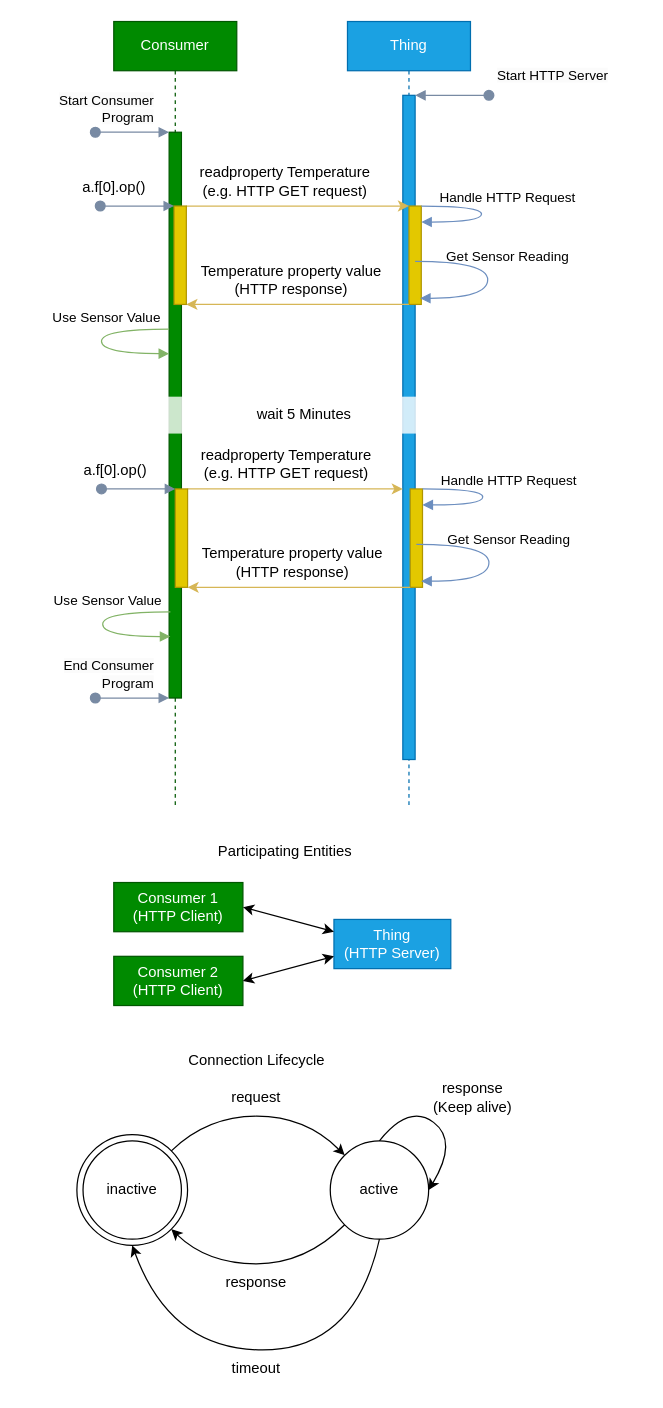
Above: page "HTTP" (3 of 5) of planning/ThingDescription/td-next-work-items/images/initial-connection.drawio in w3c/wot (draw.io), before the change. Source tidied: cells renumbered, new cells numbered last; positions are measured from the earlier drawing's top-left corner, leaving out a move shared by most shapes. Both pictures are drawn from the tidied source at 123%, with x=0, y=0 at pixel (21, 21).
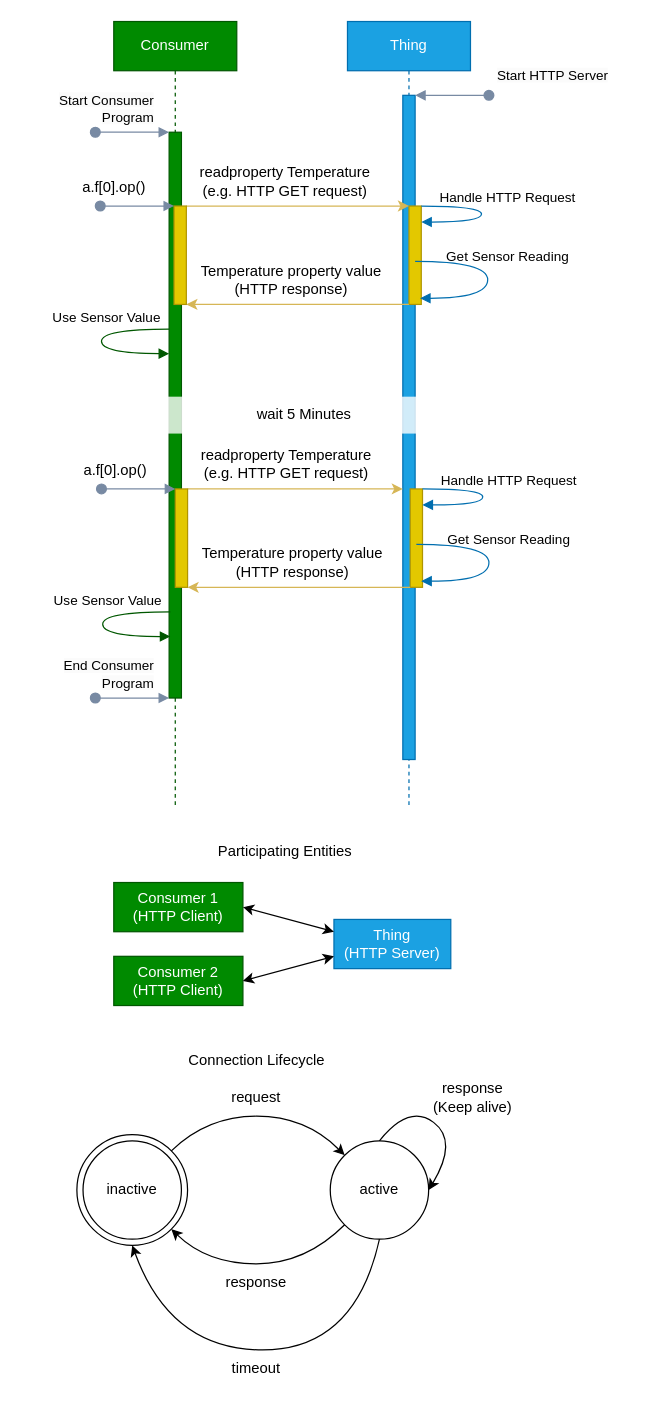
After the change.

The change refers to these unchanged cells:
```xml
<mxCell id="3" style="html=1;points=[];perimeter=orthogonalPerimeter;outlineConnect=0;targetShapes=umlLifeline;portConstraint=eastwest;newEdgeStyle={&quot;edgeStyle&quot;:&quot;elbowEdgeStyle&quot;,&quot;elbow&quot;:&quot;vertical&quot;,&quot;curved&quot;:0,&quot;rounded&quot;:0};labelBackgroundColor=none;fillColor=#008a00;strokeColor=#005700;fontColor=#ffffff;" parent="1" vertex="1">
  <mxGeometry x="120" y="90" width="10" height="460" as="geometry" />
</mxCell>
<mxCell id="4" value="Thing" style="shape=umlLifeline;perimeter=lifelinePerimeter;whiteSpace=wrap;html=1;newEdgeStyle={&quot;edgeStyle&quot;:&quot;elbowEdgeStyle&quot;,&quot;elbow&quot;:&quot;vertical&quot;,&quot;curved&quot;:0,&quot;rounded&quot;:0};labelBackgroundColor=none;fillColor=#1ba1e2;strokeColor=#006EAF;fontColor=#ffffff;" parent="1" vertex="1">
  <mxGeometry x="265" width="100" height="640" as="geometry" />
</mxCell>
<mxCell id="5" style="html=1;points=[];perimeter=orthogonalPerimeter;outlineConnect=0;targetShapes=umlLifeline;portConstraint=eastwest;newEdgeStyle={&quot;edgeStyle&quot;:&quot;elbowEdgeStyle&quot;,&quot;elbow&quot;:&quot;vertical&quot;,&quot;curved&quot;:0,&quot;rounded&quot;:0};labelBackgroundColor=none;fillColor=#1ba1e2;strokeColor=#006EAF;fontColor=#ffffff;" parent="4" vertex="1">
  <mxGeometry x="45" y="60" width="10" height="540" as="geometry" />
</mxCell>
<mxCell id="6" style="html=1;points=[];perimeter=orthogonalPerimeter;outlineConnect=0;targetShapes=umlLifeline;portConstraint=eastwest;newEdgeStyle={&quot;edgeStyle&quot;:&quot;elbowEdgeStyle&quot;,&quot;elbow&quot;:&quot;vertical&quot;,&quot;curved&quot;:0,&quot;rounded&quot;:0};labelBackgroundColor=none;fillColor=#e3c800;strokeColor=#B09500;fontColor=#000000;" parent="4" vertex="1">
  <mxGeometry x="50" y="150" width="10" height="80" as="geometry" />
</mxCell>
<mxCell id="25" style="html=1;points=[];perimeter=orthogonalPerimeter;outlineConnect=0;targetShapes=umlLifeline;portConstraint=eastwest;newEdgeStyle={&quot;edgeStyle&quot;:&quot;elbowEdgeStyle&quot;,&quot;elbow&quot;:&quot;vertical&quot;,&quot;curved&quot;:0,&quot;rounded&quot;:0};labelBackgroundColor=none;fillColor=#e3c800;strokeColor=#B09500;fontColor=#000000;" parent="1" vertex="1">
  <mxGeometry x="316" y="380" width="10" height="80" as="geometry" />
</mxCell>
```

What changed in the source:
```diff
@@
-    <mxCell id="7" value="Handle HTTP Request" style="html=1;verticalAlign=bottom;endArrow=block;edgeStyle=orthogonalEdgeStyle;elbow=vertical;curved=1;rounded=0;labelBackgroundColor=none;strokeColor=#6c8ebf;fontColor=default;fillColor=#dae8fc;" parent="4" edge="1" source="6" target="6">
+    <mxCell id="7" value="Handle HTTP Request" style="html=1;verticalAlign=bottom;endArrow=block;edgeStyle=orthogonalEdgeStyle;elbow=vertical;curved=1;rounded=0;labelBackgroundColor=none;strokeColor=#006EAF;fontColor=default;fillColor=#1ba1e2;" parent="4" edge="1" source="6" target="6">
       <mxGeometry x="-0.04" y="21" relative="1" as="geometry">
         <Array as="points">
           <mxPoint x="109" y="150" />
           <mxPoint x="109" y="163" />
         </Array>
         <mxPoint y="-2" as="offset" />
       </mxGeometry>
     </mxCell>
@@
-    <mxCell id="11" value="Get Sensor Reading" style="html=1;verticalAlign=bottom;endArrow=block;edgeStyle=orthogonalEdgeStyle;elbow=vertical;curved=1;rounded=0;labelBackgroundColor=none;strokeColor=#6c8ebf;fontColor=default;fillColor=#dae8fc;" parent="1" edge="1" source="5">
+    <mxCell id="11" value="Get Sensor Reading" style="html=1;verticalAlign=bottom;endArrow=block;edgeStyle=orthogonalEdgeStyle;elbow=vertical;curved=1;rounded=0;labelBackgroundColor=none;strokeColor=#006EAF;fontColor=default;fillColor=#1ba1e2;" parent="1" edge="1" source="5">
       <mxGeometry x="-0.11" y="16" relative="1" as="geometry">
         <mxPoint x="324" y="225" as="targetPoint" />
         <Array as="points">
           <mxPoint x="379" y="195" />
           <mxPoint x="379" y="225" />
         </Array>
       </mxGeometry>
     </mxCell>
@@
-    <mxCell id="14" value="Use Sensor Value" style="html=1;verticalAlign=bottom;endArrow=block;edgeStyle=orthogonalEdgeStyle;elbow=vertical;curved=1;rounded=0;labelBackgroundColor=none;strokeColor=#82b366;fontColor=default;fillColor=#d5e8d4;" parent="1" edge="1" target="3">
+    <mxCell id="14" value="Use Sensor Value" style="html=1;verticalAlign=bottom;endArrow=block;edgeStyle=orthogonalEdgeStyle;elbow=vertical;curved=1;rounded=0;labelBackgroundColor=none;strokeColor=#005700;fontColor=default;fillColor=#008a00;" parent="1" edge="1" target="3">
       <mxGeometry x="-0.21" relative="1" as="geometry">
         <mxPoint x="120" y="250" as="sourcePoint" />
         <Array as="points">
           <mxPoint x="65" y="250" />
           <mxPoint x="65" y="270" />
         </Array>
       </mxGeometry>
     </mxCell>
@@
-    <mxCell id="26" value="Handle HTTP Request" style="html=1;verticalAlign=bottom;endArrow=block;edgeStyle=orthogonalEdgeStyle;elbow=vertical;curved=1;rounded=0;labelBackgroundColor=none;strokeColor=#6c8ebf;fontColor=default;fillColor=#dae8fc;" parent="1" edge="1" source="25" target="25">
+    <mxCell id="26" value="Handle HTTP Request" style="html=1;verticalAlign=bottom;endArrow=block;edgeStyle=orthogonalEdgeStyle;elbow=vertical;curved=1;rounded=0;labelBackgroundColor=none;strokeColor=#006EAF;fontColor=default;fillColor=#1ba1e2;" parent="1" edge="1" source="25" target="25">
       <mxGeometry x="-0.04" y="21" relative="1" as="geometry">
         <Array as="points">
           <mxPoint x="375" y="380" />
           <mxPoint x="375" y="393" />
         </Array>
         <mxPoint y="-2" as="offset" />
       </mxGeometry>
     </mxCell>
@@
-    <mxCell id="30" value="Get Sensor Reading" style="html=1;verticalAlign=bottom;endArrow=block;edgeStyle=orthogonalEdgeStyle;elbow=vertical;curved=1;rounded=0;labelBackgroundColor=none;strokeColor=#6c8ebf;fontColor=default;fillColor=#dae8fc;" parent="1" edge="1">
+    <mxCell id="30" value="Get Sensor Reading" style="html=1;verticalAlign=bottom;endArrow=block;edgeStyle=orthogonalEdgeStyle;elbow=vertical;curved=1;rounded=0;labelBackgroundColor=none;strokeColor=#006EAF;fontColor=default;fillColor=#1ba1e2;" parent="1" edge="1">
       <mxGeometry x="-0.11" y="16" relative="1" as="geometry">
         <mxPoint x="321" y="425" as="sourcePoint" />
         <mxPoint x="325" y="455" as="targetPoint" />
         <Array as="points">
           <mxPoint x="380" y="425" />
           <mxPoint x="380" y="455" />
         </Array>
       </mxGeometry>
     </mxCell>
@@
-    <mxCell id="33" value="Use Sensor Value" style="html=1;verticalAlign=bottom;endArrow=block;edgeStyle=orthogonalEdgeStyle;elbow=vertical;curved=1;rounded=0;labelBackgroundColor=none;strokeColor=#82b366;fontColor=default;fillColor=#d5e8d4;" parent="1" edge="1">
+    <mxCell id="33" value="Use Sensor Value" style="html=1;verticalAlign=bottom;endArrow=block;edgeStyle=orthogonalEdgeStyle;elbow=vertical;curved=1;rounded=0;labelBackgroundColor=none;strokeColor=#005700;fontColor=default;fillColor=#008a00;" parent="1" edge="1">
       <mxGeometry x="-0.21" relative="1" as="geometry">
         <mxPoint x="121" y="480" as="sourcePoint" />
         <mxPoint x="121" y="500" as="targetPoint" />
         <Array as="points">
           <mxPoint x="66" y="480" />
           <mxPoint x="66" y="500" />
         </Array>
       </mxGeometry>
     </mxCell>
```
